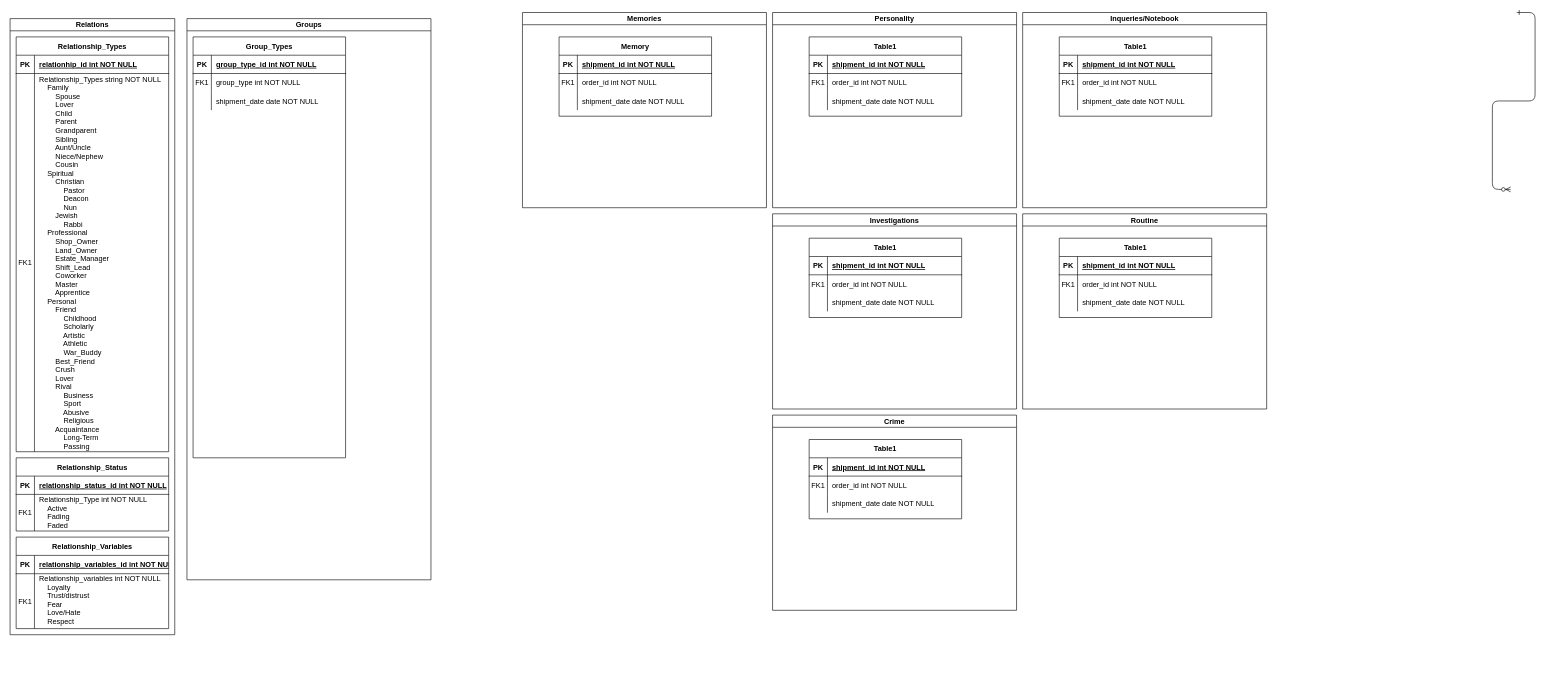
PhilibusterAE/Game keeps this draw.io diagram as CoreStructure.drawio. Above is the earlier version. Source tidied: cells renumbered, new cells numbered last; positions are measured from the earlier drawing's top-left corner, leaving out a move shared by most shapes. Both pictures are drawn from the tidied source at 61%, with x=0, y=0 at pixel (10, 12).
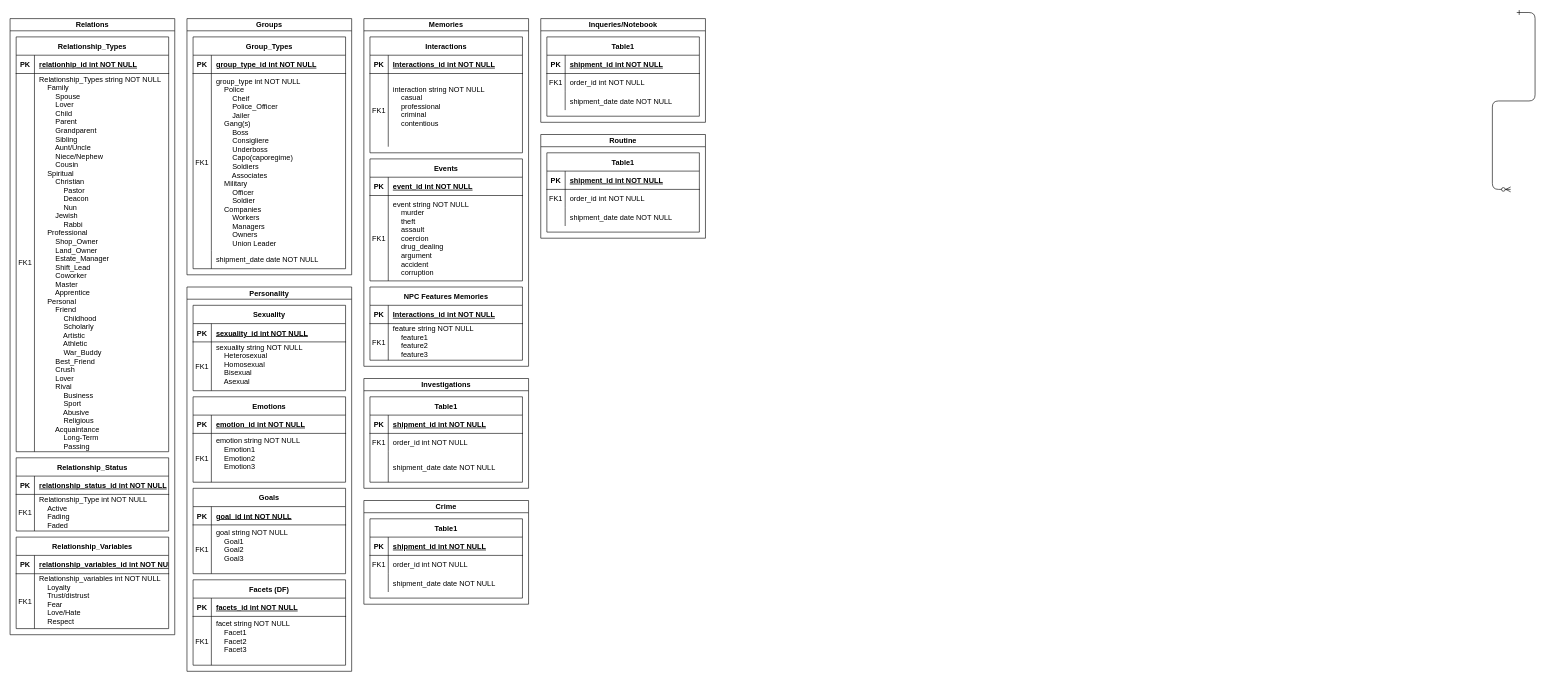
After the change.

The change refers to these unchanged cells:
```xml
<mxCell id="5" style="shape=partialRectangle;fillColor=none;top=0;left=0;right=0;bottom=1;" parent="4" vertex="1">
  <mxGeometry y="30" width="250" height="30" as="geometry" />
</mxCell>
<mxCell id="38" style="shape=partialRectangle;fillColor=none;top=0;left=0;right=0;bottom=1;" parent="37" vertex="1">
  <mxGeometry y="30" width="250" height="30" as="geometry" />
</mxCell>
```

The edit, as a diff of the source:
```diff
@@
     <mxCell id="3" value="Memories" style="swimlane;startSize=20;horizontal=1;containerType=tree;" parent="1" vertex="1">
-      <mxGeometry x="840" width="400" height="320" as="geometry" />
+      <mxGeometry x="580" y="10" width="270" height="570" as="geometry" />
     </mxCell>
-    <mxCell id="4" value="Memory" style="shape=table;startSize=30;childLayout=tableLayout;rowLines=0;fontStyle=1;align=center;" parent="3" vertex="1">
-      <mxGeometry x="60" y="40" width="250" height="130" as="geometry" />
+    <mxCell id="4" value="Interactions" style="shape=table;startSize=30;childLayout=tableLayout;rowLines=0;fontStyle=1;align=center;" parent="3" vertex="1">
+      <mxGeometry x="10" y="30" width="250" height="190" as="geometry" />
     </mxCell>
@@
-    <mxCell id="7" value="shipment_id int NOT NULL " style="shape=partialRectangle;overflow=hidden;fillColor=none;top=0;left=0;bottom=0;right=0;align=left;spacingLeft=6;fontStyle=5;" parent="5" vertex="1">
+    <mxCell id="7" value="Interactions_id int NOT NULL" style="shape=partialRectangle;overflow=hidden;fillColor=none;top=0;left=0;bottom=0;right=0;align=left;spacingLeft=6;fontStyle=5;" parent="5" vertex="1">
       <mxGeometry x="30" width="220" height="30" as="geometry" />
     </mxCell>
     <mxCell id="8" style="shape=partialRectangle;fillColor=none;top=0;left=0;right=0;bottom=0;" parent="4" vertex="1">
-      <mxGeometry y="60" width="250" height="30" as="geometry" />
+      <mxGeometry y="60" width="250" height="120" as="geometry" />
     </mxCell>
     <mxCell id="9" value="FK1" style="shape=partialRectangle;overflow=hidden;fillColor=none;top=0;left=0;bottom=0;right=0;" parent="8" vertex="1">
-      <mxGeometry width="30" height="30" as="geometry" />
+      <mxGeometry width="30" height="120" as="geometry" />
     </mxCell>
-    <mxCell id="10" value="order_id int NOT NULL" style="shape=partialRectangle;overflow=hidden;fillColor=none;top=0;left=0;bottom=0;right=0;align=left;spacingLeft=6;" parent="8" vertex="1">
-      <mxGeometry x="30" width="220" height="30" as="geometry" />
+    <mxCell id="10" value="interaction string NOT NULL&#10;    casual&#10;    professional&#10;    criminal&#10;    contentious&#10;" style="shape=partialRectangle;overflow=hidden;fillColor=none;top=0;left=0;bottom=0;right=0;align=left;spacingLeft=6;" parent="8" vertex="1">
+      <mxGeometry x="30" width="220" height="120" as="geometry" />
     </mxCell>
-    <mxCell id="11" style="shape=partialRectangle;fillColor=none;top=0;left=0;right=0;bottom=0;" parent="4" vertex="1">
-      <mxGeometry y="90" width="250" height="30" as="geometry" />
-    </mxCell>
-    <mxCell id="12" style="shape=partialRectangle;overflow=hidden;fillColor=none;top=0;left=0;bottom=0;right=0;" parent="11" vertex="1">
-      <mxGeometry width="30" height="30" as="geometry" />
-    </mxCell>
-    <mxCell id="13" value="shipment_date date NOT NULL" style="shape=partialRectangle;overflow=hidden;fillColor=none;top=0;left=0;bottom=0;right=0;align=left;spacingLeft=6;" parent="11" vertex="1">
-      <mxGeometry x="30" width="220" height="30" as="geometry" />
-    </mxCell>
+    <mxCell id="102" value="Events" style="shape=table;startSize=30;childLayout=tableLayout;rowLines=0;fontStyle=1;align=center;" parent="3" vertex="1">
+      <mxGeometry x="10" y="230" width="250" height="200" as="geometry" />
+    </mxCell>
+    <mxCell id="103" style="shape=partialRectangle;fillColor=none;top=0;left=0;right=0;bottom=1;" parent="102" vertex="1">
+      <mxGeometry y="30" width="250" height="30" as="geometry" />
+    </mxCell>
+    <mxCell id="104" value="PK" style="shape=partialRectangle;overflow=hidden;fillColor=none;top=0;left=0;bottom=0;right=0;fontStyle=1;" parent="103" vertex="1">
+      <mxGeometry width="30" height="30" as="geometry" />
+    </mxCell>
+    <mxCell id="105" value="event_id int NOT NULL " style="shape=partialRectangle;overflow=hidden;fillColor=none;top=0;left=0;bottom=0;right=0;align=left;spacingLeft=6;fontStyle=5;" parent="103" vertex="1">
+      <mxGeometry x="30" width="220" height="30" as="geometry" />
+    </mxCell>
+    <mxCell id="106" style="shape=partialRectangle;fillColor=none;top=0;left=0;right=0;bottom=0;" parent="102" vertex="1">
+      <mxGeometry y="60" width="250" height="140" as="geometry" />
+    </mxCell>
+    <mxCell id="107" value="FK1" style="shape=partialRectangle;overflow=hidden;fillColor=none;top=0;left=0;bottom=0;right=0;" parent="106" vertex="1">
+      <mxGeometry width="30" height="140" as="geometry" />
+    </mxCell>
+    <mxCell id="108" value="event string NOT NULL&#10;    murder&#10;    theft&#10;    assault&#10;    coercion&#10;    drug_dealing&#10;    argument&#10;    accident&#10;    corruption" style="shape=partialRectangle;overflow=hidden;fillColor=none;top=0;left=0;bottom=0;right=0;align=left;spacingLeft=6;" parent="106" vertex="1">
+      <mxGeometry x="30" width="220" height="140" as="geometry" />
+    </mxCell>
+    <mxCell id="109" value="NPC Features Memories" style="shape=table;startSize=30;childLayout=tableLayout;rowLines=0;fontStyle=1;align=center;" parent="3" vertex="1">
+      <mxGeometry x="10" y="440" width="250" height="120" as="geometry" />
+    </mxCell>
+    <mxCell id="110" style="shape=partialRectangle;fillColor=none;top=0;left=0;right=0;bottom=1;" parent="109" vertex="1">
+      <mxGeometry y="30" width="250" height="30" as="geometry" />
+    </mxCell>
+    <mxCell id="111" value="PK" style="shape=partialRectangle;overflow=hidden;fillColor=none;top=0;left=0;bottom=0;right=0;fontStyle=1;" parent="110" vertex="1">
+      <mxGeometry width="30" height="30" as="geometry" />
+    </mxCell>
+    <mxCell id="112" value="Interactions_id int NOT NULL" style="shape=partialRectangle;overflow=hidden;fillColor=none;top=0;left=0;bottom=0;right=0;align=left;spacingLeft=6;fontStyle=5;" parent="110" vertex="1">
+      <mxGeometry x="30" width="220" height="30" as="geometry" />
+    </mxCell>
+    <mxCell id="113" style="shape=partialRectangle;fillColor=none;top=0;left=0;right=0;bottom=0;" parent="109" vertex="1">
+      <mxGeometry y="60" width="250" height="60" as="geometry" />
+    </mxCell>
+    <mxCell id="114" value="FK1" style="shape=partialRectangle;overflow=hidden;fillColor=none;top=0;left=0;bottom=0;right=0;" parent="113" vertex="1">
+      <mxGeometry width="30" height="60" as="geometry" />
+    </mxCell>
+    <mxCell id="115" value="feature string NOT NULL&#10;    feature1&#10;    feature2&#10;    feature3&#10;&#10;" style="shape=partialRectangle;overflow=hidden;fillColor=none;top=0;left=0;bottom=0;right=0;align=left;spacingLeft=6;" parent="113" vertex="1">
+      <mxGeometry x="30" width="220" height="60" as="geometry" />
+    </mxCell>
@@
     <mxCell id="36" value="Personality" style="swimlane;startSize=20;horizontal=1;containerType=tree;" parent="1" vertex="1">
-      <mxGeometry x="1250" width="400" height="320" as="geometry" />
+      <mxGeometry x="290" y="450" width="270" height="630" as="geometry" />
     </mxCell>
-    <mxCell id="37" value="Table1" style="shape=table;startSize=30;childLayout=tableLayout;rowLines=0;fontStyle=1;align=center;" parent="36" vertex="1">
-      <mxGeometry x="60" y="40" width="250" height="130" as="geometry" />
+    <mxCell id="37" value="Sexuality" style="shape=table;startSize=30;childLayout=tableLayout;rowLines=0;fontStyle=1;align=center;" parent="36" vertex="1">
+      <mxGeometry x="10" y="30" width="250" height="140" as="geometry" />
     </mxCell>
@@
-    <mxCell id="40" value="shipment_id int NOT NULL " style="shape=partialRectangle;overflow=hidden;fillColor=none;top=0;left=0;bottom=0;right=0;align=left;spacingLeft=6;fontStyle=5;" parent="38" vertex="1">
+    <mxCell id="40" value="sexuality_id int NOT NULL " style="shape=partialRectangle;overflow=hidden;fillColor=none;top=0;left=0;bottom=0;right=0;align=left;spacingLeft=6;fontStyle=5;" parent="38" vertex="1">
       <mxGeometry x="30" width="220" height="30" as="geometry" />
     </mxCell>
     <mxCell id="41" style="shape=partialRectangle;fillColor=none;top=0;left=0;right=0;bottom=0;" parent="37" vertex="1">
-      <mxGeometry y="60" width="250" height="30" as="geometry" />
+      <mxGeometry y="60" width="250" height="80" as="geometry" />
     </mxCell>
     <mxCell id="42" value="FK1" style="shape=partialRectangle;overflow=hidden;fillColor=none;top=0;left=0;bottom=0;right=0;" parent="41" vertex="1">
-      <mxGeometry width="30" height="30" as="geometry" />
+      <mxGeometry width="30" height="80" as="geometry" />
     </mxCell>
-    <mxCell id="43" value="order_id int NOT NULL" style="shape=partialRectangle;overflow=hidden;fillColor=none;top=0;left=0;bottom=0;right=0;align=left;spacingLeft=6;" parent="41" vertex="1">
-      <mxGeometry x="30" width="220" height="30" as="geometry" />
+    <mxCell id="43" value="sexuality string NOT NULL&#10;    Heterosexual&#10;    Homosexual&#10;    Bisexual&#10;    Asexual&#10;  " style="shape=partialRectangle;overflow=hidden;fillColor=none;top=0;left=0;bottom=0;right=0;align=left;spacingLeft=6;" parent="41" vertex="1">
+      <mxGeometry x="30" width="220" height="80" as="geometry" />
     </mxCell>
-    <mxCell id="44" style="shape=partialRectangle;fillColor=none;top=0;left=0;right=0;bottom=0;" parent="37" vertex="1">
-      <mxGeometry y="90" width="250" height="30" as="geometry" />
-    </mxCell>
-    <mxCell id="45" style="shape=partialRectangle;overflow=hidden;fillColor=none;top=0;left=0;bottom=0;right=0;" parent="44" vertex="1">
-      <mxGeometry width="30" height="30" as="geometry" />
-    </mxCell>
-    <mxCell id="46" value="shipment_date date NOT NULL" style="shape=partialRectangle;overflow=hidden;fillColor=none;top=0;left=0;bottom=0;right=0;align=left;spacingLeft=6;" parent="44" vertex="1">
-      <mxGeometry x="30" width="220" height="30" as="geometry" />
-    </mxCell>
+    <mxCell id="116" value="Emotions" style="shape=table;startSize=30;childLayout=tableLayout;rowLines=0;fontStyle=1;align=center;" parent="36" vertex="1">
+      <mxGeometry x="10" y="180" width="250" height="140" as="geometry" />
+    </mxCell>
+    <mxCell id="117" style="shape=partialRectangle;fillColor=none;top=0;left=0;right=0;bottom=1;" parent="116" vertex="1">
+      <mxGeometry y="30" width="250" height="30" as="geometry" />
+    </mxCell>
+    <mxCell id="118" value="PK" style="shape=partialRectangle;overflow=hidden;fillColor=none;top=0;left=0;bottom=0;right=0;fontStyle=1;" parent="117" vertex="1">
+      <mxGeometry width="30" height="30" as="geometry" />
+    </mxCell>
+    <mxCell id="119" value="emotion_id int NOT NULL " style="shape=partialRectangle;overflow=hidden;fillColor=none;top=0;left=0;bottom=0;right=0;align=left;spacingLeft=6;fontStyle=5;" parent="117" vertex="1">
+      <mxGeometry x="30" width="220" height="30" as="geometry" />
+    </mxCell>
+    <mxCell id="120" style="shape=partialRectangle;fillColor=none;top=0;left=0;right=0;bottom=0;" parent="116" vertex="1">
+      <mxGeometry y="60" width="250" height="80" as="geometry" />
+    </mxCell>
+    <mxCell id="121" value="FK1" style="shape=partialRectangle;overflow=hidden;fillColor=none;top=0;left=0;bottom=0;right=0;" parent="120" vertex="1">
+      <mxGeometry width="30" height="80" as="geometry" />
+    </mxCell>
+    <mxCell id="122" value="emotion string NOT NULL&#10;    Emotion1&#10;    Emotion2&#10;    Emotion3&#10;  " style="shape=partialRectangle;overflow=hidden;fillColor=none;top=0;left=0;bottom=0;right=0;align=left;spacingLeft=6;" parent="120" vertex="1">
+      <mxGeometry x="30" width="220" height="80" as="geometry" />
+    </mxCell>
+    <mxCell id="123" value="Goals" style="shape=table;startSize=30;childLayout=tableLayout;rowLines=0;fontStyle=1;align=center;" parent="36" vertex="1">
+      <mxGeometry x="10" y="330" width="250" height="140" as="geometry" />
+    </mxCell>
+    <mxCell id="124" style="shape=partialRectangle;fillColor=none;top=0;left=0;right=0;bottom=1;" parent="123" vertex="1">
+      <mxGeometry y="30" width="250" height="30" as="geometry" />
+    </mxCell>
+    <mxCell id="125" value="PK" style="shape=partialRectangle;overflow=hidden;fillColor=none;top=0;left=0;bottom=0;right=0;fontStyle=1;" parent="124" vertex="1">
+      <mxGeometry width="30" height="30" as="geometry" />
+    </mxCell>
+    <mxCell id="126" value="goal_id int NOT NULL " style="shape=partialRectangle;overflow=hidden;fillColor=none;top=0;left=0;bottom=0;right=0;align=left;spacingLeft=6;fontStyle=5;" parent="124" vertex="1">
+      <mxGeometry x="30" width="220" height="30" as="geometry" />
+    </mxCell>
+    <mxCell id="127" style="shape=partialRectangle;fillColor=none;top=0;left=0;right=0;bottom=0;" parent="123" vertex="1">
+      <mxGeometry y="60" width="250" height="80" as="geometry" />
+    </mxCell>
+    <mxCell id="128" value="FK1" style="shape=partialRectangle;overflow=hidden;fillColor=none;top=0;left=0;bottom=0;right=0;" parent="127" vertex="1">
+      <mxGeometry width="30" height="80" as="geometry" />
+    </mxCell>
+    <mxCell id="129" value="goal string NOT NULL&#10;    Goal1&#10;    Goal2&#10;    Goal3&#10;  " style="shape=partialRectangle;overflow=hidden;fillColor=none;top=0;left=0;bottom=0;right=0;align=left;spacingLeft=6;" parent="127" vertex="1">
+      <mxGeometry x="30" width="220" height="80" as="geometry" />
+    </mxCell>
+    <mxCell id="130" value="Facets (DF)" style="shape=table;startSize=30;childLayout=tableLayout;rowLines=0;fontStyle=1;align=center;" parent="36" vertex="1">
+      <mxGeometry x="10" y="480" width="250" height="140" as="geometry" />
+    </mxCell>
+    <mxCell id="131" style="shape=partialRectangle;fillColor=none;top=0;left=0;right=0;bottom=1;" parent="130" vertex="1">
+      <mxGeometry y="30" width="250" height="30" as="geometry" />
+    </mxCell>
+    <mxCell id="132" value="PK" style="shape=partialRectangle;overflow=hidden;fillColor=none;top=0;left=0;bottom=0;right=0;fontStyle=1;" parent="131" vertex="1">
+      <mxGeometry width="30" height="30" as="geometry" />
+    </mxCell>
+    <mxCell id="133" value="facets_id int NOT NULL " style="shape=partialRectangle;overflow=hidden;fillColor=none;top=0;left=0;bottom=0;right=0;align=left;spacingLeft=6;fontStyle=5;" parent="131" vertex="1">
+      <mxGeometry x="30" width="220" height="30" as="geometry" />
+    </mxCell>
+    <mxCell id="134" style="shape=partialRectangle;fillColor=none;top=0;left=0;right=0;bottom=0;" parent="130" vertex="1">
+      <mxGeometry y="60" width="250" height="80" as="geometry" />
+    </mxCell>
+    <mxCell id="135" value="FK1" style="shape=partialRectangle;overflow=hidden;fillColor=none;top=0;left=0;bottom=0;right=0;" parent="134" vertex="1">
+      <mxGeometry width="30" height="80" as="geometry" />
+    </mxCell>
+    <mxCell id="136" value="facet string NOT NULL&#10;    Facet1&#10;    Facet2&#10;    Facet3&#10;  " style="shape=partialRectangle;overflow=hidden;fillColor=none;top=0;left=0;bottom=0;right=0;align=left;spacingLeft=6;" parent="134" vertex="1">
+      <mxGeometry x="30" width="220" height="80" as="geometry" />
+    </mxCell>
     <mxCell id="47" value="Investigations" style="swimlane;startSize=20;horizontal=1;containerType=tree;" parent="1" vertex="1">
-      <mxGeometry x="1250" y="330" width="400" height="320" as="geometry" />
+      <mxGeometry x="580" y="600" width="270" height="180" as="geometry" />
     </mxCell>
     <mxCell id="48" value="Table1" style="shape=table;startSize=30;childLayout=tableLayout;rowLines=0;fontStyle=1;align=center;" parent="47" vertex="1">
-      <mxGeometry x="60" y="40" width="250" height="130" as="geometry" />
+      <mxGeometry x="10" y="30" width="250" height="140" as="geometry" />
     </mxCell>
@@
     <mxCell id="55" style="shape=partialRectangle;fillColor=none;top=0;left=0;right=0;bottom=0;" parent="48" vertex="1">
-      <mxGeometry y="90" width="250" height="30" as="geometry" />
+      <mxGeometry y="90" width="250" height="50" as="geometry" />
     </mxCell>
     <mxCell id="56" style="shape=partialRectangle;overflow=hidden;fillColor=none;top=0;left=0;bottom=0;right=0;" parent="55" vertex="1">
-      <mxGeometry width="30" height="30" as="geometry" />
+      <mxGeometry width="30" height="50" as="geometry" />
     </mxCell>
     <mxCell id="57" value="shipment_date date NOT NULL" style="shape=partialRectangle;overflow=hidden;fillColor=none;top=0;left=0;bottom=0;right=0;align=left;spacingLeft=6;" parent="55" vertex="1">
-      <mxGeometry x="30" width="220" height="30" as="geometry" />
+      <mxGeometry x="30" width="220" height="50" as="geometry" />
     </mxCell>
     <mxCell id="58" value="Groups" style="swimlane;startSize=20;horizontal=1;containerType=tree;" parent="1" vertex="1">
-      <mxGeometry x="290" y="10" width="400" height="920" as="geometry" />
+      <mxGeometry x="290" y="10" width="270" height="420" as="geometry" />
     </mxCell>
     <mxCell id="59" value="Group_Types" style="shape=table;startSize=30;childLayout=tableLayout;rowLines=0;fontStyle=1;align=center;" parent="58" vertex="1">
-      <mxGeometry x="10" y="30" width="250" height="690" as="geometry" />
+      <mxGeometry x="10" y="30" width="250" height="380" as="geometry" />
     </mxCell>
@@
     <mxCell id="63" style="shape=partialRectangle;fillColor=none;top=0;left=0;right=0;bottom=0;" parent="59" vertex="1">
-      <mxGeometry y="60" width="250" height="30" as="geometry" />
+      <mxGeometry y="60" width="250" height="290" as="geometry" />
     </mxCell>
     <mxCell id="64" value="FK1" style="shape=partialRectangle;overflow=hidden;fillColor=none;top=0;left=0;bottom=0;right=0;" parent="63" vertex="1">
-      <mxGeometry width="30" height="30" as="geometry" />
+      <mxGeometry width="30" height="290" as="geometry" />
     </mxCell>
-    <mxCell id="65" value="group_type int NOT NULL" style="shape=partialRectangle;overflow=hidden;fillColor=none;top=0;left=0;bottom=0;right=0;align=left;spacingLeft=6;" parent="63" vertex="1">
-      <mxGeometry x="30" width="220" height="30" as="geometry" />
+    <mxCell id="65" value="group_type int NOT NULL&#10;    Police&#10;        Cheif&#10;        Police_Officer&#10;        Jailer&#10;    Gang(s)&#10;        Boss&#10;        Consigliere&#10;        Underboss&#10;        Capo(caporegime)&#10;        Soldiers&#10;        Associates&#10;    Military&#10;        Officer&#10;        Soldier&#10;    Companies&#10;        Workers&#10;        Managers&#10;        Owners&#10;        Union Leader" style="shape=partialRectangle;overflow=hidden;fillColor=none;top=0;left=0;bottom=0;right=0;align=left;spacingLeft=6;" parent="63" vertex="1">
+      <mxGeometry x="30" width="220" height="290" as="geometry" />
     </mxCell>
     <mxCell id="66" style="shape=partialRectangle;fillColor=none;top=0;left=0;right=0;bottom=0;" parent="59" vertex="1">
-      <mxGeometry y="90" width="250" height="30" as="geometry" />
+      <mxGeometry y="350" width="250" height="30" as="geometry" />
     </mxCell>
@@
     <mxCell id="69" value="Crime" style="swimlane;startSize=20;horizontal=1;containerType=tree;" parent="1" vertex="1">
-      <mxGeometry x="1250" y="660" width="400" height="320" as="geometry" />
+      <mxGeometry x="580" y="800" width="270" height="170" as="geometry" />
     </mxCell>
     <mxCell id="70" value="Table1" style="shape=table;startSize=30;childLayout=tableLayout;rowLines=0;fontStyle=1;align=center;" parent="69" vertex="1">
-      <mxGeometry x="60" y="40" width="250" height="130" as="geometry" />
+      <mxGeometry x="10" y="30" width="250" height="130" as="geometry" />
     </mxCell>
@@
     <mxCell id="80" value="Inqueries/Notebook" style="swimlane;startSize=20;horizontal=1;containerType=tree;" parent="1" vertex="1">
-      <mxGeometry x="1660" width="400" height="320" as="geometry" />
+      <mxGeometry x="870" y="10" width="270" height="170" as="geometry" />
     </mxCell>
     <mxCell id="81" value="Table1" style="shape=table;startSize=30;childLayout=tableLayout;rowLines=0;fontStyle=1;align=center;" parent="80" vertex="1">
-      <mxGeometry x="60" y="40" width="250" height="130" as="geometry" />
+      <mxGeometry x="10" y="30" width="250" height="130" as="geometry" />
     </mxCell>
@@
     <mxCell id="91" value="Routine" style="swimlane;startSize=20;horizontal=1;containerType=tree;" parent="1" vertex="1">
-      <mxGeometry x="1660" y="330" width="400" height="320" as="geometry" />
+      <mxGeometry x="870" y="200" width="270" height="170" as="geometry" />
     </mxCell>
     <mxCell id="92" value="Table1" style="shape=table;startSize=30;childLayout=tableLayout;rowLines=0;fontStyle=1;align=center;" parent="91" vertex="1">
-      <mxGeometry x="60" y="40" width="250" height="130" as="geometry" />
+      <mxGeometry x="10" y="30" width="250" height="130" as="geometry" />
     </mxCell>
```
